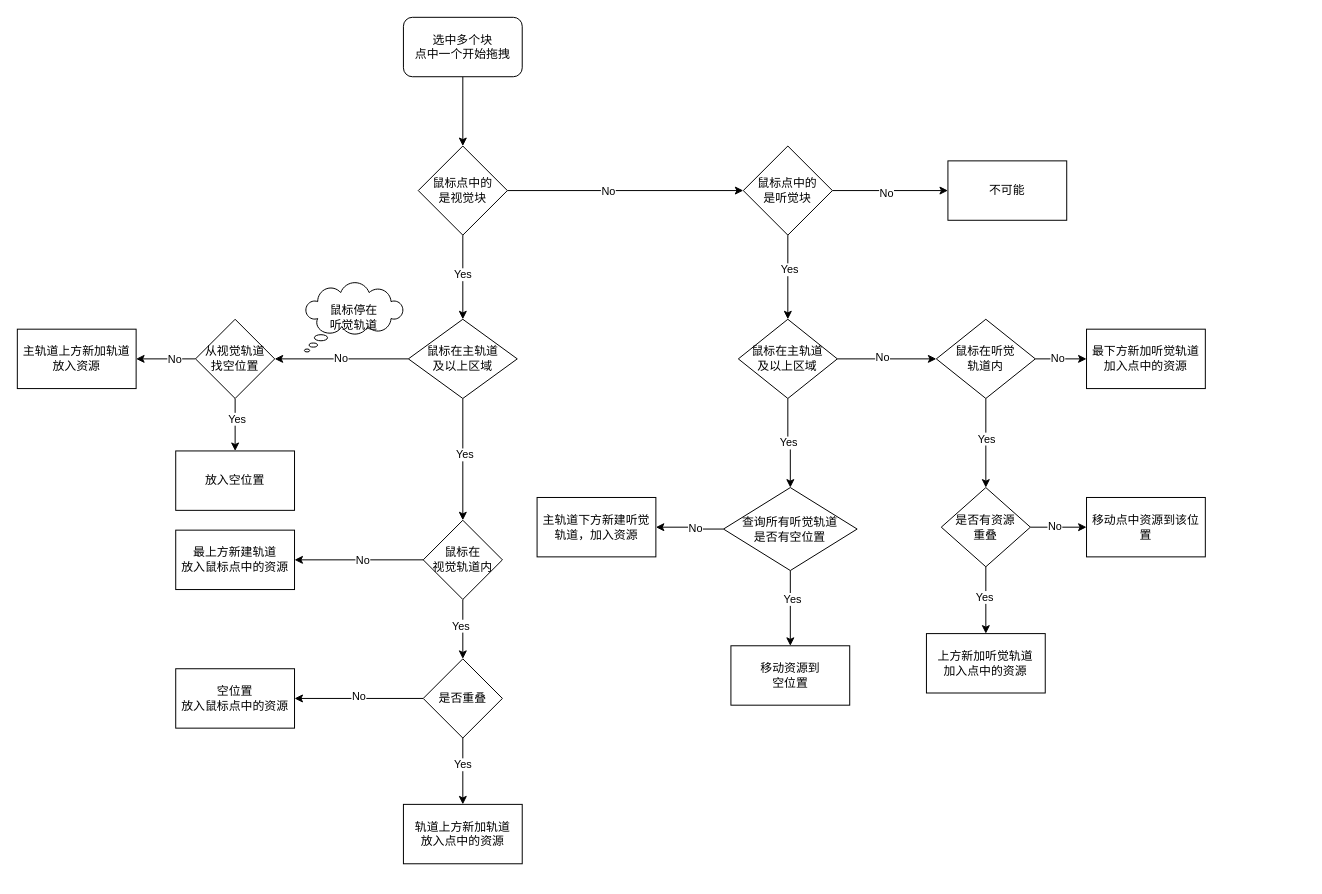
Above: page "多块移动-拖拽块" (3 of 5) of drag flow.drawio in macfanr/drawio (draw.io), before the change. Source tidied: cells renumbered, new cells numbered last; positions are measured from the earlier drawing's top-left corner, leaving out a move shared by most shapes. Both pictures are drawn from the tidied source at 99%, with x=0, y=0 at pixel (17, 17).
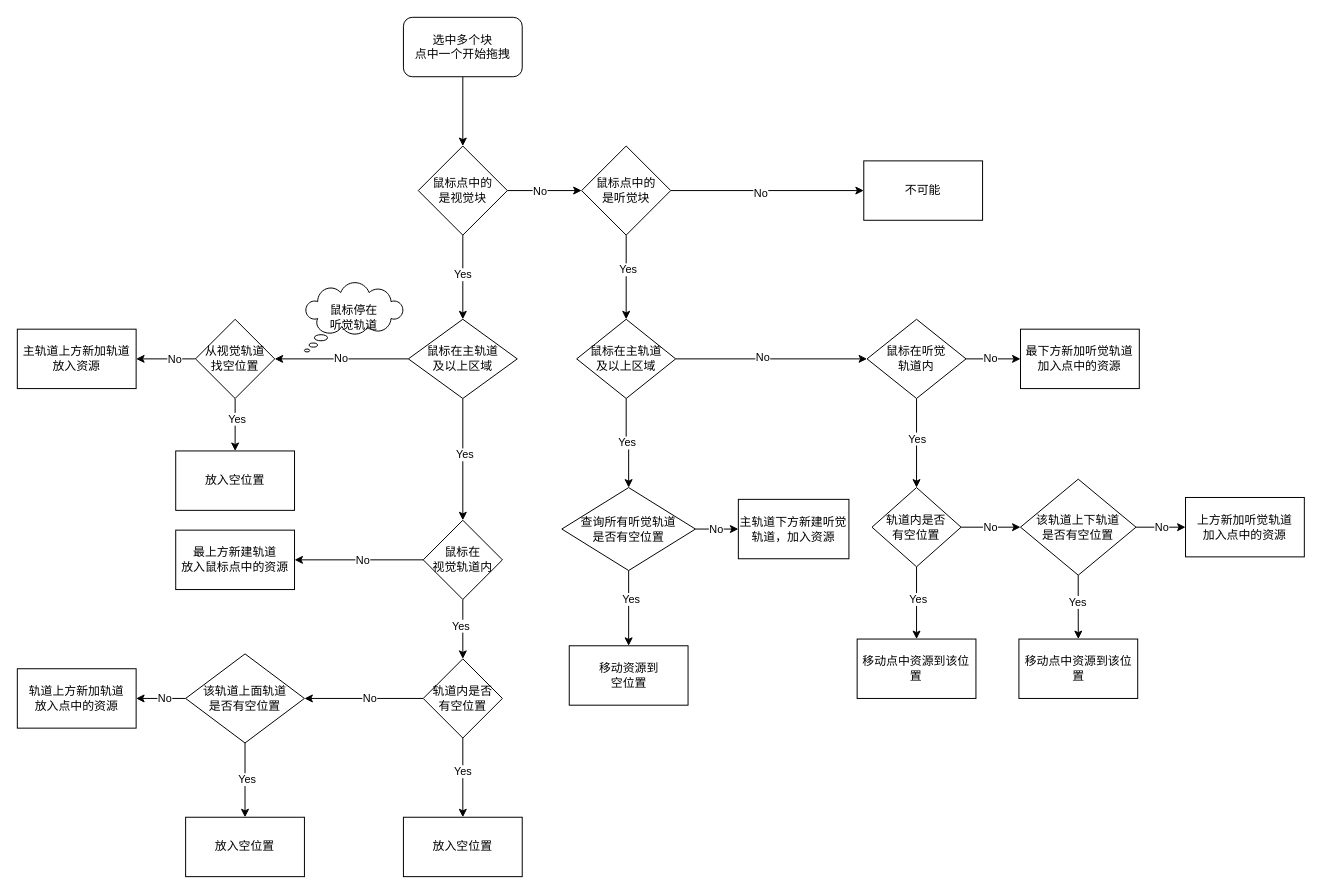
The same diagram, later.

The change refers to these unchanged cells:
```xml
<mxCell id="40" style="edgeStyle=orthogonalEdgeStyle;rounded=0;jettySize=auto;html=1;" parent="1" edge="1" source="42" target="43">
  <mxGeometry relative="1" as="geometry" />
</mxCell>
<mxCell id="49" style="edgeStyle=orthogonalEdgeStyle;rounded=0;jettySize=auto;html=1;" parent="1" edge="1" source="53" target="55">
  <mxGeometry relative="1" as="geometry" />
</mxCell>
```

Change to the diagram source:
```diff
@@
     <mxCell id="17" value="鼠标点中的&lt;br&gt;是听觉块" style="rhombus;whiteSpace=wrap;html=1;rounded=0;" parent="1" vertex="1">
-      <mxGeometry x="733.3" y="130" width="90" height="90" as="geometry" />
+      <mxGeometry x="570" y="130" width="90" height="90" as="geometry" />
     </mxCell>
     <mxCell id="18" value="不可能" style="whiteSpace=wrap;html=1;rounded=0;" parent="1" vertex="1">
-      <mxGeometry x="940" y="145" width="120" height="60" as="geometry" />
+      <mxGeometry x="855" y="145" width="120" height="60" as="geometry" />
     </mxCell>
@@
     <mxCell id="23" value="&lt;span&gt;鼠标在主轨道&lt;/span&gt;&lt;br&gt;&lt;span&gt;及以上区域&lt;/span&gt;" style="rhombus;whiteSpace=wrap;html=1;rounded=0;" parent="1" vertex="1">
-      <mxGeometry x="728.3" y="305" width="100" height="80" as="geometry" />
+      <mxGeometry x="565" y="305" width="100" height="80" as="geometry" />
     </mxCell>
@@
-    <mxCell id="29" style="edgeStyle=orthogonalEdgeStyle;rounded=0;jettySize=auto;html=1;" parent="1" edge="1" source="33" target="34">
-      <mxGeometry relative="1" as="geometry" />
-    </mxCell>
-    <mxCell id="30" value="Yes" style="edgeLabel;html=1;align=center;verticalAlign=middle;" parent="29" vertex="1">
-      <mxGeometry x="-0.21" y="-1" relative="1" as="geometry" />
-    </mxCell>
-    <mxCell id="31" style="edgeStyle=orthogonalEdgeStyle;rounded=0;jettySize=auto;html=1;endArrow=classic;endFill=1;" parent="1" edge="1" source="33" target="36">
-      <mxGeometry relative="1" as="geometry" />
-    </mxCell>
-    <mxCell id="32" value="No" style="edgeLabel;html=1;align=center;verticalAlign=middle;" parent="31" vertex="1">
-      <mxGeometry x="0.02" y="-3" relative="1" as="geometry" />
-    </mxCell>
+    <mxCell id="65" style="edgeStyle=orthogonalEdgeStyle;rounded=0;jettySize=auto;html=1;" parent="1" edge="1" source="33" target="77">
+      <mxGeometry relative="1" as="geometry" />
+    </mxCell>
+    <mxCell id="66" value="No" style="edgeLabel;html=1;align=center;verticalAlign=middle;" parent="65" vertex="1">
+      <mxGeometry x="-0.08" y="-1" relative="1" as="geometry" />
+    </mxCell>
-    <mxCell id="33" value="是否重叠" style="rhombus;whiteSpace=wrap;html=1;rounded=0;" parent="1" vertex="1">
+    <mxCell id="33" value="轨道内是否&lt;br&gt;有空位置" style="rhombus;whiteSpace=wrap;html=1;rounded=0;" parent="1" vertex="1">
       <mxGeometry x="410" y="648" width="80" height="80" as="geometry" />
     </mxCell>
     <mxCell id="34" value="轨道上方新加轨道&lt;br&gt;放入点中的资源" style="whiteSpace=wrap;html=1;rounded=0;" parent="1" vertex="1">
-      <mxGeometry x="390" y="795" width="120" height="60" as="geometry" />
+      <mxGeometry y="658" width="120" height="60" as="geometry" />
     </mxCell>
@@
-    <mxCell id="36" value="空位置&lt;br&gt;放入鼠标点中的资源" style="whiteSpace=wrap;html=1;rounded=0;" parent="1" vertex="1">
-      <mxGeometry x="160" y="658" width="120" height="60" as="geometry" />
+    <mxCell id="36" value="放入空位置" style="whiteSpace=wrap;html=1;rounded=0;" parent="1" vertex="1">
+      <mxGeometry x="170" y="808" width="120" height="60" as="geometry" />
     </mxCell>
     <mxCell id="37" value="移动资源到&lt;br&gt;空位置" style="whiteSpace=wrap;html=1;" parent="1" vertex="1">
-      <mxGeometry x="720.8" y="634.8" width="120" height="60" as="geometry" />
+      <mxGeometry x="557.5" y="634.8" width="120" height="60" as="geometry" />
     </mxCell>
@@
-    <mxCell id="41" value="No" style="edgeLabel;html=1;align=center;verticalAlign=middle;" parent="40" vertex="1">
-      <mxGeometry x="-0.18" y="-1" relative="1" as="geometry" />
-    </mxCell>
+    <mxCell id="67" value="No" style="edgeLabel;html=1;align=center;verticalAlign=middle;" parent="40" vertex="1">
+      <mxGeometry x="-0.08" relative="1" as="geometry" />
+    </mxCell>
     <mxCell id="42" value="查询所有听觉轨道&lt;br&gt;是否有空位置" style="rhombus;whiteSpace=wrap;html=1;" parent="1" vertex="1">
-      <mxGeometry x="713.3" y="475" width="135" height="83.8" as="geometry" />
+      <mxGeometry x="550" y="475" width="135" height="83.8" as="geometry" />
     </mxCell>
     <mxCell id="43" value="主轨道下方新建听觉&lt;br&gt;轨道，加入资源" style="whiteSpace=wrap;html=1;" parent="1" vertex="1">
-      <mxGeometry x="525" y="485" width="120" height="60" as="geometry" />
+      <mxGeometry x="728.3" y="486.9" width="111.7" height="60" as="geometry" />
     </mxCell>
@@
     <mxCell id="48" value="鼠标在听觉&lt;br&gt;轨道内" style="rhombus;whiteSpace=wrap;html=1;" parent="1" vertex="1">
-      <mxGeometry x="928.3" y="305" width="100" height="80" as="geometry" />
+      <mxGeometry x="858.3" y="305" width="100" height="80" as="geometry" />
     </mxCell>
@@
-    <mxCell id="50" value="No" style="edgeLabel;html=1;align=center;verticalAlign=middle;" parent="49" vertex="1">
-      <mxGeometry x="-0.15" y="3" relative="1" as="geometry">
-        <mxPoint y="1" as="offset" />
-      </mxGeometry>
-    </mxCell>
-    <mxCell id="51" style="edgeStyle=orthogonalEdgeStyle;rounded=0;jettySize=auto;html=1;entryX=0.5;entryY=0;entryDx=0;entryDy=0;" parent="1" edge="1" source="53" target="56">
-      <mxGeometry relative="1" as="geometry" />
-    </mxCell>
-    <mxCell id="52" value="Yes" style="edgeLabel;html=1;align=center;verticalAlign=middle;" parent="51" vertex="1">
-      <mxGeometry x="-0.1" y="-2" relative="1" as="geometry" />
-    </mxCell>
+    <mxCell id="68" value="Yes" style="edgeLabel;html=1;align=center;verticalAlign=middle;" parent="49" vertex="1">
+      <mxGeometry x="-0.12" y="1" relative="1" as="geometry" />
+    </mxCell>
+    <mxCell id="69" style="edgeStyle=orthogonalEdgeStyle;rounded=0;jettySize=auto;html=1;" parent="1" edge="1" source="53" target="83">
+      <mxGeometry relative="1" as="geometry" />
+    </mxCell>
+    <mxCell id="70" value="No" style="edgeLabel;html=1;align=center;verticalAlign=middle;" parent="69" vertex="1">
+      <mxGeometry x="-0.04" y="1" relative="1" as="geometry" />
+    </mxCell>
-    <mxCell id="53" value="是否有资源&lt;br&gt;重叠" style="rhombus;whiteSpace=wrap;html=1;" parent="1" vertex="1">
-      <mxGeometry x="933.3" y="475" width="90" height="80" as="geometry" />
+    <mxCell id="53" value="轨道内是否&lt;br&gt;有空位置" style="rhombus;whiteSpace=wrap;html=1;" parent="1" vertex="1">
+      <mxGeometry x="863.3" y="475" width="90" height="80" as="geometry" />
     </mxCell>
     <mxCell id="54" value="最下方新加听觉轨道&lt;br&gt;加入点中的资源" style="whiteSpace=wrap;html=1;" parent="1" vertex="1">
-      <mxGeometry x="1080" y="315" width="120" height="60" as="geometry" />
+      <mxGeometry x="1013.3" y="315" width="120" height="60" as="geometry" />
     </mxCell>
     <mxCell id="55" value="移动点中资源到该位置" style="whiteSpace=wrap;html=1;" parent="1" vertex="1">
-      <mxGeometry x="1080" y="485" width="120" height="60" as="geometry" />
+      <mxGeometry x="848.3" y="628" width="120" height="60" as="geometry" />
     </mxCell>
     <mxCell id="56" value="上方新加听觉轨道&lt;br&gt;加入点中的资源" style="whiteSpace=wrap;html=1;" parent="1" vertex="1">
-      <mxGeometry x="918.3" y="622.5" width="120" height="60" as="geometry" />
+      <mxGeometry x="1180" y="485" width="120" height="60" as="geometry" />
     </mxCell>
@@
+    <mxCell id="71" style="edgeStyle=orthogonalEdgeStyle;rounded=0;jettySize=auto;html=1;exitX=0.5;exitY=1;exitDx=0;exitDy=0;" parent="1" edge="1" source="33" target="78">
+      <mxGeometry relative="1" as="geometry" />
+    </mxCell>
+    <mxCell id="72" value="Yes" style="edgeLabel;html=1;align=center;verticalAlign=middle;" parent="71" vertex="1">
+      <mxGeometry x="-0.18" y="-1" relative="1" as="geometry" />
+    </mxCell>
+    <mxCell id="73" style="edgeStyle=orthogonalEdgeStyle;rounded=0;jettySize=auto;html=1;" parent="1" edge="1" source="77" target="36">
+      <mxGeometry relative="1" as="geometry" />
+    </mxCell>
+    <mxCell id="74" value="Yes" style="edgeLabel;html=1;align=center;verticalAlign=middle;" parent="73" vertex="1">
+      <mxGeometry x="-0.04" y="1" relative="1" as="geometry" />
+    </mxCell>
+    <mxCell id="75" style="edgeStyle=orthogonalEdgeStyle;rounded=0;jettySize=auto;html=1;" parent="1" edge="1" source="77" target="34">
+      <mxGeometry relative="1" as="geometry" />
+    </mxCell>
+    <mxCell id="76" value="No" style="edgeLabel;html=1;align=center;verticalAlign=middle;" parent="75" vertex="1">
+      <mxGeometry x="-0.12" y="-1" relative="1" as="geometry" />
+    </mxCell>
+    <mxCell id="77" value="该轨道上面轨道&lt;br&gt;是否有空位置" style="rhombus;whiteSpace=wrap;html=1;rounded=0;" parent="1" vertex="1">
+      <mxGeometry x="170" y="643" width="120" height="90" as="geometry" />
+    </mxCell>
+    <mxCell id="78" value="放入空位置" style="whiteSpace=wrap;html=1;rounded=0;" parent="1" vertex="1">
+      <mxGeometry x="390" y="808" width="120" height="60" as="geometry" />
+    </mxCell>
+    <mxCell id="79" style="edgeStyle=orthogonalEdgeStyle;rounded=0;jettySize=auto;html=1;" parent="1" edge="1" source="83" target="56">
+      <mxGeometry relative="1" as="geometry" />
+    </mxCell>
+    <mxCell id="80" value="No" style="edgeLabel;html=1;align=center;verticalAlign=middle;" parent="79" vertex="1">
+      <mxGeometry y="1" relative="1" as="geometry" />
+    </mxCell>
+    <mxCell id="81" style="edgeStyle=orthogonalEdgeStyle;rounded=0;jettySize=auto;html=1;" parent="1" edge="1" source="83" target="84">
+      <mxGeometry relative="1" as="geometry" />
+    </mxCell>
+    <mxCell id="82" value="Yes" style="edgeLabel;html=1;align=center;verticalAlign=middle;" parent="81" vertex="1">
+      <mxGeometry x="-0.15" y="-1" relative="1" as="geometry" />
+    </mxCell>
+    <mxCell id="83" value="该轨道上下轨道&lt;br&gt;是否有空位置" style="rhombus;whiteSpace=wrap;html=1;" parent="1" vertex="1">
+      <mxGeometry x="1013.3" y="466.5" width="116.7" height="97" as="geometry" />
+    </mxCell>
+    <mxCell id="84" value="&lt;span&gt;移动点中资源到该位置&lt;/span&gt;" style="whiteSpace=wrap;html=1;" parent="1" vertex="1">
+      <mxGeometry x="1011.7" y="628" width="120" height="60" as="geometry" />
+    </mxCell>
```
